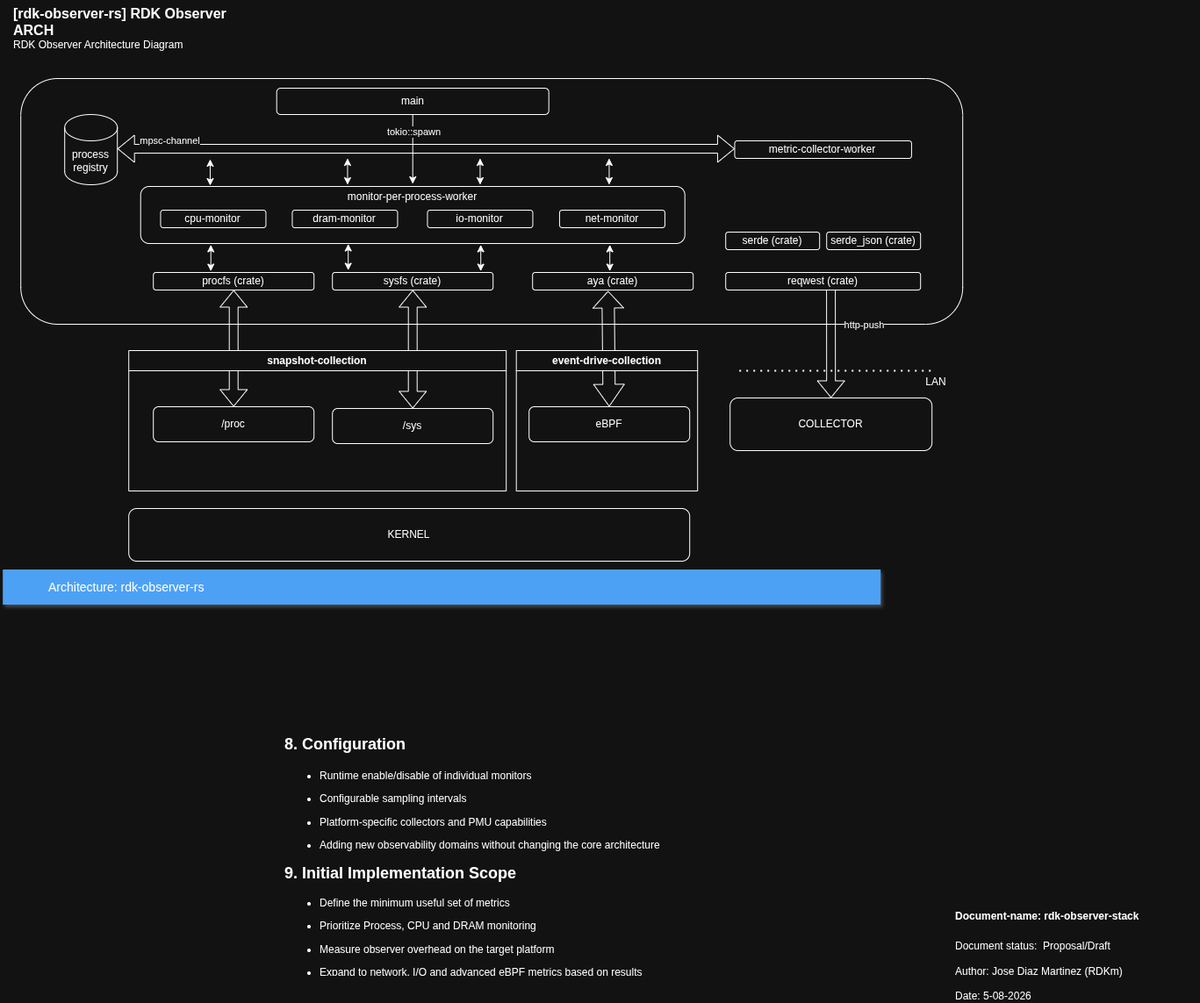
Above: docs/architecture/architecture-diagrams/rdk-observer-arch.drawio.png in SerhiiShchudlo/rdk-observer-rs (draw.io), before the change. Source tidied: cells renumbered, new cells last; positions are measured from the earlier drawing's top-left corner, leaving out a move shared by most shapes. Source of this version:
```xml
<mxGraphModel>
  <root>
    <mxCell id="0" />
    <mxCell id="1" parent="0" />
    <mxCell id="2" style="rounded=1;whiteSpace=wrap;html=1;" parent="1" vertex="1">
      <mxGeometry x="20" y="90" width="1073" height="280" as="geometry" />
    </mxCell>
    <mxCell id="3" value="KERNEL" style="rounded=1;whiteSpace=wrap;html=1;" parent="1" vertex="1">
      <mxGeometry x="143" y="580" width="639" height="60" as="geometry" />
    </mxCell>
    <mxCell id="4" value="COLLECTOR" style="rounded=1;whiteSpace=wrap;html=1;" parent="1" vertex="1">
      <mxGeometry x="828" y="454" width="230" height="60" as="geometry" />
    </mxCell>
    <mxCell id="5" value="procfs (crate)" style="rounded=1;whiteSpace=wrap;html=1;" parent="1" vertex="1">
      <mxGeometry x="171" y="311" width="183" height="20" as="geometry" />
    </mxCell>
    <mxCell id="6" style="edgeStyle=orthogonalEdgeStyle;rounded=0;jettySize=auto;html=1;" parent="1" edge="1" source="8" target="33">
      <mxGeometry relative="1" as="geometry" />
    </mxCell>
    <mxCell id="7" value="tokio::spawn" style="edgeLabel;html=1;align=center;verticalAlign=middle;" parent="6" vertex="1">
      <mxGeometry x="-0.49" y="1" relative="1" as="geometry" />
    </mxCell>
    <mxCell id="8" value="main" style="rounded=1;whiteSpace=wrap;html=1;" parent="1" vertex="1">
      <mxGeometry x="311.5" y="101" width="310" height="30" as="geometry" />
    </mxCell>
    <mxCell id="9" style="shape=flexArrow;endArrow=classic;html=1;rounded=0;entryX=0.5;entryY=0;entryDx=0;entryDy=0;exitX=0.54;exitY=0.95;exitDx=0;exitDy=0;exitPerimeter=0;" parent="1" edge="1" source="13" target="4">
      <mxGeometry relative="1" as="geometry" />
    </mxCell>
    <mxCell id="10" value="http-push" style="edgeLabel;html=1;align=center;verticalAlign=middle;" parent="9" vertex="1">
      <mxGeometry x="-0.08" y="2" relative="1" as="geometry">
        <mxPoint x="35" y="-16" as="offset" />
      </mxGeometry>
    </mxCell>
    <mxCell id="11" style="endArrow=none;dashed=1;html=1;dashPattern=1 3;strokeWidth=2;rounded=0;" parent="1" edge="1">
      <mxGeometry relative="1" as="geometry">
        <mxPoint x="839" y="423.5" as="sourcePoint" />
        <mxPoint x="1057" y="423.5" as="targetPoint" />
      </mxGeometry>
    </mxCell>
    <mxCell id="12" value="LAN" style="text;html=1;whiteSpace=wrap;strokeColor=none;fillColor=none;align=center;verticalAlign=middle;rounded=0;" parent="1" vertex="1">
      <mxGeometry x="1033" y="421" width="60" height="30" as="geometry" />
    </mxCell>
    <mxCell id="13" value="reqwest (crate)" style="rounded=1;whiteSpace=wrap;html=1;" parent="1" vertex="1">
      <mxGeometry x="823" y="311" width="222" height="20" as="geometry" />
    </mxCell>
    <mxCell id="14" style="shape=flexArrow;endArrow=classic;startArrow=classic;html=1;rounded=0;entryX=0.5;entryY=1;entryDx=0;entryDy=0;exitX=0.5;exitY=0;exitDx=0;exitDy=0;" parent="1" edge="1" source="23" target="5">
      <mxGeometry relative="1" as="geometry" />
    </mxCell>
    <mxCell id="15" value="process&lt;div&gt;registry&lt;/div&gt;" style="shape=cylinder3;whiteSpace=wrap;html=1;boundedLbl=1;backgroundOutline=1;size=15;" parent="1" vertex="1">
      <mxGeometry x="70" y="131" width="60" height="80" as="geometry" />
    </mxCell>
    <mxCell id="16" value="sysfs (crate)" style="rounded=1;whiteSpace=wrap;html=1;" parent="1" vertex="1">
      <mxGeometry x="375" y="311" width="183" height="20" as="geometry" />
    </mxCell>
    <mxCell id="17" value="aya (crate)" style="rounded=1;whiteSpace=wrap;html=1;" parent="1" vertex="1">
      <mxGeometry x="603" y="311" width="183" height="20" as="geometry" />
    </mxCell>
    <mxCell id="18" value="eBPF" style="rounded=1;whiteSpace=wrap;html=1;" parent="1" vertex="1">
      <mxGeometry x="599" y="464" width="183" height="40" as="geometry" />
    </mxCell>
    <mxCell id="19" style="shape=flexArrow;endArrow=classic;startArrow=classic;html=1;rounded=0;entryX=0.5;entryY=1;entryDx=0;entryDy=0;" parent="1" edge="1" source="24" target="16">
      <mxGeometry relative="1" as="geometry" />
    </mxCell>
    <mxCell id="20" style="shape=flexArrow;endArrow=classic;startArrow=classic;html=1;rounded=0;entryX=0.47;entryY=1.05;entryDx=0;entryDy=0;entryPerimeter=0;width=14;startSize=8;" parent="1" edge="1" source="18" target="17">
      <mxGeometry relative="1" as="geometry" />
    </mxCell>
    <mxCell id="21" value="metric-collector-worker" style="rounded=1;whiteSpace=wrap;html=1;" parent="1" vertex="1">
      <mxGeometry x="833.2" y="161" width="201.5" height="20" as="geometry" />
    </mxCell>
    <mxCell id="22" value="snapshot-collection" style="swimlane;whiteSpace=wrap;html=1;" parent="1" vertex="1">
      <mxGeometry x="143" y="400" width="430" height="160" as="geometry" />
    </mxCell>
    <mxCell id="23" value="/proc" style="rounded=1;whiteSpace=wrap;html=1;" parent="22" vertex="1">
      <mxGeometry x="28" y="64" width="183" height="40" as="geometry" />
    </mxCell>
    <mxCell id="24" value="/sys" style="rounded=1;whiteSpace=wrap;html=1;" parent="22" vertex="1">
      <mxGeometry x="232" y="66" width="183" height="40" as="geometry" />
    </mxCell>
    <mxCell id="25" value="event-drive-collection" style="swimlane;whiteSpace=wrap;html=1;" parent="1" vertex="1">
      <mxGeometry x="584.5" y="400" width="206.5" height="160" as="geometry" />
    </mxCell>
    <mxCell id="26" value="serde (crate)" style="rounded=1;whiteSpace=wrap;html=1;" parent="1" vertex="1">
      <mxGeometry x="823" y="265" width="107" height="20" as="geometry" />
    </mxCell>
    <mxCell id="27" value="serde_json (crate)" style="rounded=1;whiteSpace=wrap;html=1;" parent="1" vertex="1">
      <mxGeometry x="938" y="265" width="107" height="20" as="geometry" />
    </mxCell>
    <mxCell id="28" style="shape=flexArrow;endArrow=classic;startArrow=classic;html=1;rounded=0;entryX=0;entryY=0.5;entryDx=0;entryDy=0;" parent="1" edge="1">
      <mxGeometry relative="1" as="geometry">
        <mxPoint x="130" y="170" as="sourcePoint" />
        <mxPoint x="833.2" y="170" as="targetPoint" />
      </mxGeometry>
    </mxCell>
    <mxCell id="29" value="mpsc-channel" style="edgeLabel;html=1;align=center;verticalAlign=middle;" parent="28" vertex="1">
      <mxGeometry x="0.1" y="-3" relative="1" as="geometry">
        <mxPoint x="-326" y="-12" as="offset" />
      </mxGeometry>
    </mxCell>
    <mxCell id="30" value="&lt;h1 style=&quot;margin-top: 0px;&quot;&gt;&lt;span style=&quot;font-size: 12px;&quot;&gt;Document-name: rdk-observer-stack&lt;/span&gt;&lt;/h1&gt;&lt;div&gt;&lt;span style=&quot;font-size: 12px; font-weight: 400;&quot;&gt;Document status:&amp;nbsp; Proposal/Draft&lt;/span&gt;&lt;/div&gt;&lt;div&gt;&lt;span style=&quot;font-size: 12px; font-weight: 400;&quot;&gt;&lt;br&gt;&lt;/span&gt;&lt;/div&gt;&lt;div&gt;&lt;span style=&quot;font-size: 12px; font-weight: 400;&quot;&gt;Author: Jose Diaz Martinez (RDKm)&lt;/span&gt;&lt;/div&gt;&lt;div&gt;&lt;span style=&quot;font-size: 12px; font-weight: 400;&quot;&gt;&lt;br&gt;&lt;/span&gt;&lt;/div&gt;&lt;div&gt;&lt;span style=&quot;font-size: 12px; font-weight: 400;&quot;&gt;Date: 5-08-2026&lt;/span&gt;&lt;/div&gt;" style="text;html=1;whiteSpace=wrap;overflow=hidden;rounded=0;" parent="1" vertex="1">
      <mxGeometry x="1083" y="1020" width="280" height="120" as="geometry" />
    </mxCell>
    <mxCell id="31" style="rounded=1;whiteSpace=wrap;html=1;" parent="1" vertex="1">
      <mxGeometry x="156.5" y="213" width="620" height="65" as="geometry" />
    </mxCell>
    <mxCell id="32" value="&lt;h1&gt;&lt;font style=&quot;font-size: 18px;&quot;&gt;8. Configuration&lt;/font&gt;&lt;/h1&gt;&lt;ul&gt;&lt;li&gt;&lt;p&gt;Runtime enable/disable of individual monitors&lt;/p&gt;&lt;/li&gt;&lt;li&gt;&lt;p&gt;Configurable sampling intervals&lt;/p&gt;&lt;/li&gt;&lt;li&gt;&lt;p&gt;Platform-specific collectors and PMU capabilities&lt;/p&gt;&lt;/li&gt;&lt;li&gt;&lt;p&gt;Adding new observability domains without changing the core architecture&lt;/p&gt;&lt;/li&gt;&lt;/ul&gt;&lt;h2&gt;9. Initial Implementation Scope&lt;/h2&gt;&lt;ul&gt;&lt;li&gt;&lt;p&gt;Define the minimum useful set of metrics&lt;/p&gt;&lt;/li&gt;&lt;li&gt;&lt;p&gt;Prioritize Process, CPU and DRAM monitoring&lt;/p&gt;&lt;/li&gt;&lt;li&gt;&lt;p&gt;Measure observer overhead on the target platform&lt;/p&gt;&lt;/li&gt;&lt;li&gt;&lt;p&gt;Expand to network, I/O and advanced eBPF metrics based on results&lt;/p&gt;&lt;/li&gt;&lt;/ul&gt;&lt;h1 style=&quot;margin-top: 0px;&quot;&gt;&lt;span style=&quot;background-color: transparent; color: light-dark(rgb(0, 0, 0), rgb(255, 255, 255)); font-size: 12px; font-weight: normal;&quot;&gt;L&lt;/span&gt;&lt;/h1&gt;" style="text;html=1;whiteSpace=wrap;overflow=hidden;rounded=0;" parent="1" vertex="1">
      <mxGeometry x="319" y="810" width="530" height="300" as="geometry" />
    </mxCell>
    <mxCell id="33" value="monitor-per-process-worker" style="text;html=1;whiteSpace=wrap;strokeColor=none;fillColor=none;align=center;verticalAlign=middle;rounded=0;" parent="1" vertex="1">
      <mxGeometry x="375" y="210" width="183" height="30" as="geometry" />
    </mxCell>
    <mxCell id="34" style="endArrow=classic;startArrow=classic;html=1;rounded=0;" parent="1" edge="1">
      <mxGeometry relative="1" as="geometry">
        <mxPoint x="235.8" y="212" as="sourcePoint" />
        <mxPoint x="235.8" y="182" as="targetPoint" />
      </mxGeometry>
    </mxCell>
    <mxCell id="35" style="endArrow=classic;startArrow=classic;html=1;rounded=0;" parent="1" edge="1">
      <mxGeometry relative="1" as="geometry">
        <mxPoint x="392.2" y="211" as="sourcePoint" />
        <mxPoint x="392.2" y="181" as="targetPoint" />
      </mxGeometry>
    </mxCell>
    <mxCell id="36" style="endArrow=classic;startArrow=classic;html=1;rounded=0;" parent="1" edge="1">
      <mxGeometry relative="1" as="geometry">
        <mxPoint x="543.2" y="211" as="sourcePoint" />
        <mxPoint x="543.2" y="181" as="targetPoint" />
      </mxGeometry>
    </mxCell>
    <mxCell id="37" style="endArrow=classic;startArrow=classic;html=1;rounded=0;" parent="1" edge="1">
      <mxGeometry relative="1" as="geometry">
        <mxPoint x="690.2" y="211" as="sourcePoint" />
        <mxPoint x="690.2" y="181" as="targetPoint" />
      </mxGeometry>
    </mxCell>
    <mxCell id="38" value="net-monitor" style="rounded=1;whiteSpace=wrap;html=1;" parent="1" vertex="1">
      <mxGeometry x="633.8" y="240" width="120" height="20" as="geometry" />
    </mxCell>
    <mxCell id="39" value="io-monitor" style="rounded=1;whiteSpace=wrap;html=1;" parent="1" vertex="1">
      <mxGeometry x="483.2" y="240" width="120" height="20" as="geometry" />
    </mxCell>
    <mxCell id="40" value="dram-monitor" style="rounded=1;whiteSpace=wrap;html=1;" parent="1" vertex="1">
      <mxGeometry x="329.2" y="240" width="120" height="20" as="geometry" />
    </mxCell>
    <mxCell id="41" value="cpu-monitor" style="rounded=1;whiteSpace=wrap;html=1;" parent="1" vertex="1">
      <mxGeometry x="179.2" y="240" width="120" height="20" as="geometry" />
    </mxCell>
    <mxCell id="42" style="endArrow=classic;startArrow=classic;html=1;rounded=0;" parent="1" edge="1">
      <mxGeometry relative="1" as="geometry">
        <mxPoint x="236.5" y="309.5" as="sourcePoint" />
        <mxPoint x="236.5" y="279.5" as="targetPoint" />
      </mxGeometry>
    </mxCell>
    <mxCell id="43" style="endArrow=classic;startArrow=classic;html=1;rounded=0;" parent="1" edge="1">
      <mxGeometry relative="1" as="geometry">
        <mxPoint x="393" y="308.5" as="sourcePoint" />
        <mxPoint x="393" y="278.5" as="targetPoint" />
      </mxGeometry>
    </mxCell>
    <mxCell id="44" style="endArrow=classic;startArrow=classic;html=1;rounded=0;" parent="1" edge="1">
      <mxGeometry relative="1" as="geometry">
        <mxPoint x="544" y="309.5" as="sourcePoint" />
        <mxPoint x="544" y="279.5" as="targetPoint" />
      </mxGeometry>
    </mxCell>
    <mxCell id="45" style="endArrow=classic;startArrow=classic;html=1;rounded=0;" parent="1" edge="1">
      <mxGeometry relative="1" as="geometry">
        <mxPoint x="691" y="309.5" as="sourcePoint" />
        <mxPoint x="691" y="279.5" as="targetPoint" />
      </mxGeometry>
    </mxCell>
    <object id="46" label="&lt;font style=&quot;font-size: 16px&quot;&gt;&lt;b&gt;&lt;div style=&quot;text-align: left&quot;&gt;%c4Name%&lt;/div&gt;&lt;/b&gt;&lt;/font&gt;&lt;div style=&quot;text-align: left&quot;&gt;%c4Description%&lt;/div&gt;" c4Description="RDK Observer Architecture Diagram" c4Name="[rdk-observer-rs] RDK Observer ARCH" c4Type="ContainerScopeBoundary" placeholders="1">
      <mxCell style="text;html=1;strokeColor=none;fillColor=none;align=left;verticalAlign=top;whiteSpace=wrap;rounded=0;" parent="1" vertex="1">
        <mxGeometry x="10" width="260" height="40" as="geometry" />
      </mxCell>
    </object>
    <mxCell id="47" value="Architecture: rdk-observer-rs" style="fillColor=#4DA1F5;strokeColor=none;shadow=1;gradientColor=none;fontSize=14;align=left;spacingLeft=50;fontColor=#ffffff;whiteSpace=wrap;html=1;" parent="1" vertex="1">
      <mxGeometry y="650" width="1000" height="40" as="geometry" />
    </mxCell>
  </root>
</mxGraphModel>
```
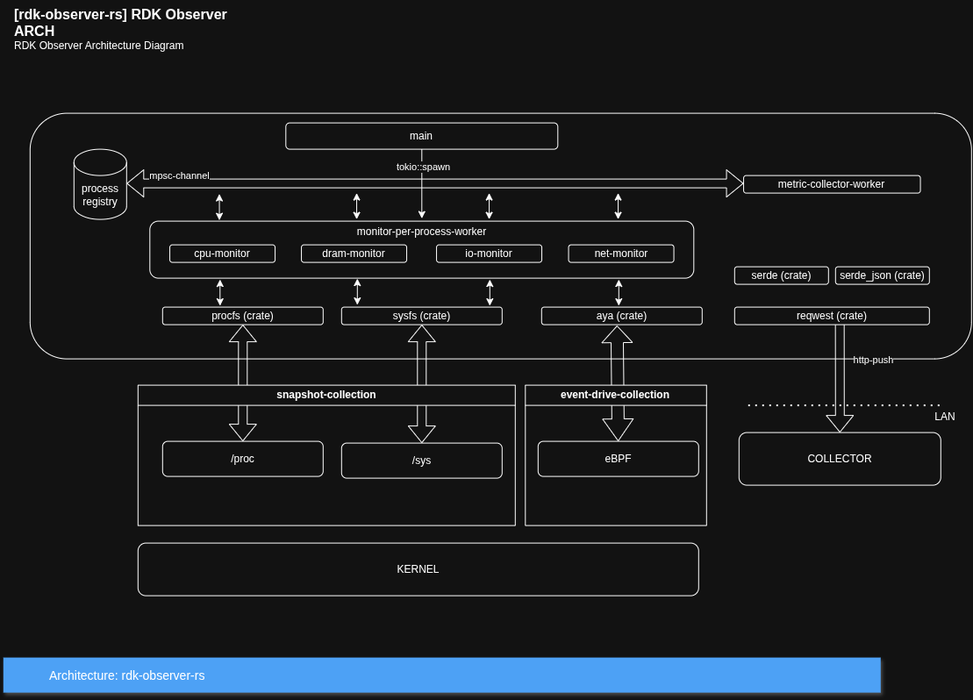
After the commit.

Change to the diagram source:
```diff
@@ -96,15 +96,9 @@
         <mxPoint x="-326" y="-12" as="offset" />
       </mxGeometry>
     </mxCell>
-    <mxCell id="30" value="&lt;h1 style=&quot;margin-top: 0px;&quot;&gt;&lt;span style=&quot;font-size: 12px;&quot;&gt;Document-name: rdk-observer-stack&lt;/span&gt;&lt;/h1&gt;&lt;div&gt;&lt;span style=&quot;font-size: 12px; font-weight: 400;&quot;&gt;Document status:&amp;nbsp; Proposal/Draft&lt;/span&gt;&lt;/div&gt;&lt;div&gt;&lt;span style=&quot;font-size: 12px; font-weight: 400;&quot;&gt;&lt;br&gt;&lt;/span&gt;&lt;/div&gt;&lt;div&gt;&lt;span style=&quot;font-size: 12px; font-weight: 400;&quot;&gt;Author: Jose Diaz Martinez (RDKm)&lt;/span&gt;&lt;/div&gt;&lt;div&gt;&lt;span style=&quot;font-size: 12px; font-weight: 400;&quot;&gt;&lt;br&gt;&lt;/span&gt;&lt;/div&gt;&lt;div&gt;&lt;span style=&quot;font-size: 12px; font-weight: 400;&quot;&gt;Date: 5-08-2026&lt;/span&gt;&lt;/div&gt;" style="text;html=1;whiteSpace=wrap;overflow=hidden;rounded=0;" parent="1" vertex="1">
-      <mxGeometry x="1083" y="1020" width="280" height="120" as="geometry" />
-    </mxCell>
     <mxCell id="31" style="rounded=1;whiteSpace=wrap;html=1;" parent="1" vertex="1">
       <mxGeometry x="156.5" y="213" width="620" height="65" as="geometry" />
     </mxCell>
-    <mxCell id="32" value="&lt;h1&gt;&lt;font style=&quot;font-size: 18px;&quot;&gt;8. Configuration&lt;/font&gt;&lt;/h1&gt;&lt;ul&gt;&lt;li&gt;&lt;p&gt;Runtime enable/disable of individual monitors&lt;/p&gt;&lt;/li&gt;&lt;li&gt;&lt;p&gt;Configurable sampling intervals&lt;/p&gt;&lt;/li&gt;&lt;li&gt;&lt;p&gt;Platform-specific collectors and PMU capabilities&lt;/p&gt;&lt;/li&gt;&lt;li&gt;&lt;p&gt;Adding new observability domains without changing the core architecture&lt;/p&gt;&lt;/li&gt;&lt;/ul&gt;&lt;h2&gt;9. Initial Implementation Scope&lt;/h2&gt;&lt;ul&gt;&lt;li&gt;&lt;p&gt;Define the minimum useful set of metrics&lt;/p&gt;&lt;/li&gt;&lt;li&gt;&lt;p&gt;Prioritize Process, CPU and DRAM monitoring&lt;/p&gt;&lt;/li&gt;&lt;li&gt;&lt;p&gt;Measure observer overhead on the target platform&lt;/p&gt;&lt;/li&gt;&lt;li&gt;&lt;p&gt;Expand to network, I/O and advanced eBPF metrics based on results&lt;/p&gt;&lt;/li&gt;&lt;/ul&gt;&lt;h1 style=&quot;margin-top: 0px;&quot;&gt;&lt;span style=&quot;background-color: transparent; color: light-dark(rgb(0, 0, 0), rgb(255, 255, 255)); font-size: 12px; font-weight: normal;&quot;&gt;L&lt;/span&gt;&lt;/h1&gt;" style="text;html=1;whiteSpace=wrap;overflow=hidden;rounded=0;" parent="1" vertex="1">
-      <mxGeometry x="319" y="810" width="530" height="300" as="geometry" />
-    </mxCell>
     <mxCell id="33" value="monitor-per-process-worker" style="text;html=1;whiteSpace=wrap;strokeColor=none;fillColor=none;align=center;verticalAlign=middle;rounded=0;" parent="1" vertex="1">
       <mxGeometry x="375" y="210" width="183" height="30" as="geometry" />
     </mxCell>
@@ -170,11 +164,11 @@
     </mxCell>
     <object id="46" label="&lt;font style=&quot;font-size: 16px&quot;&gt;&lt;b&gt;&lt;div style=&quot;text-align: left&quot;&gt;%c4Name%&lt;/div&gt;&lt;/b&gt;&lt;/font&gt;&lt;div style=&quot;text-align: left&quot;&gt;%c4Description%&lt;/div&gt;" c4Description="RDK Observer Architecture Diagram" c4Name="[rdk-observer-rs] RDK Observer ARCH" c4Type="ContainerScopeBoundary" placeholders="1">
       <mxCell style="text;html=1;strokeColor=none;fillColor=none;align=left;verticalAlign=top;whiteSpace=wrap;rounded=0;" parent="1" vertex="1">
-        <mxGeometry x="10" width="260" height="40" as="geometry" />
+        <mxGeometry y="-39" width="260" height="40" as="geometry" />
       </mxCell>
     </object>
     <mxCell id="47" value="Architecture: rdk-observer-rs" style="fillColor=#4DA1F5;strokeColor=none;shadow=1;gradientColor=none;fontSize=14;align=left;spacingLeft=50;fontColor=#ffffff;whiteSpace=wrap;html=1;" parent="1" vertex="1">
-      <mxGeometry y="650" width="1000" height="40" as="geometry" />
+      <mxGeometry x="-10" y="711" width="1000" height="40" as="geometry" />
     </mxCell>
   </root>
 </mxGraphModel>
```
